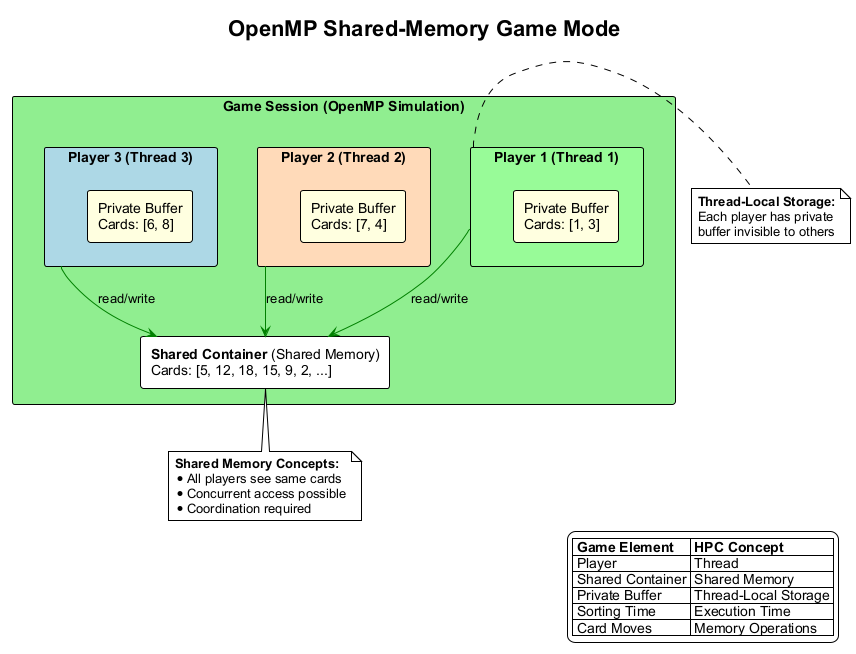
Siponek/HPC-thesis keeps this PlantUML diagram as figures/diagrams/openmp-game-mode.png. Above is the earlier version.
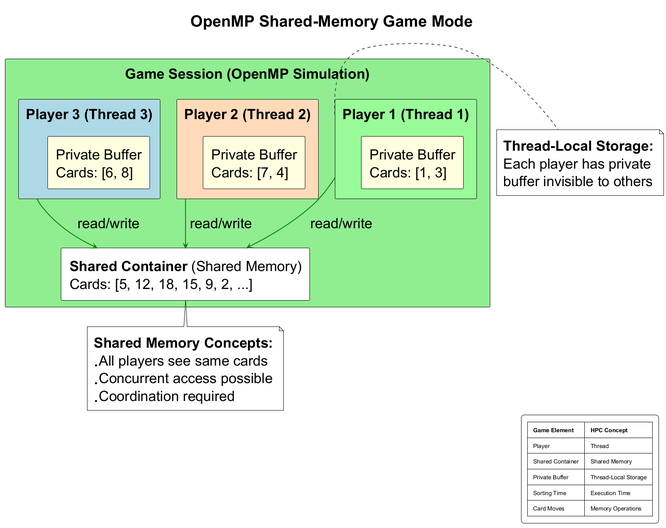
The same diagram one commit later.

Change to the diagram source:
```diff
@@ -1,7 +1,6 @@
 @startuml openmp-game-mode
 !theme plain
-skinparam backgroundColor white
-skinparam defaultFontName Arial
+!include ../shared/theme.puml
 
 title OpenMP Shared-Memory Game Mode
 
```
